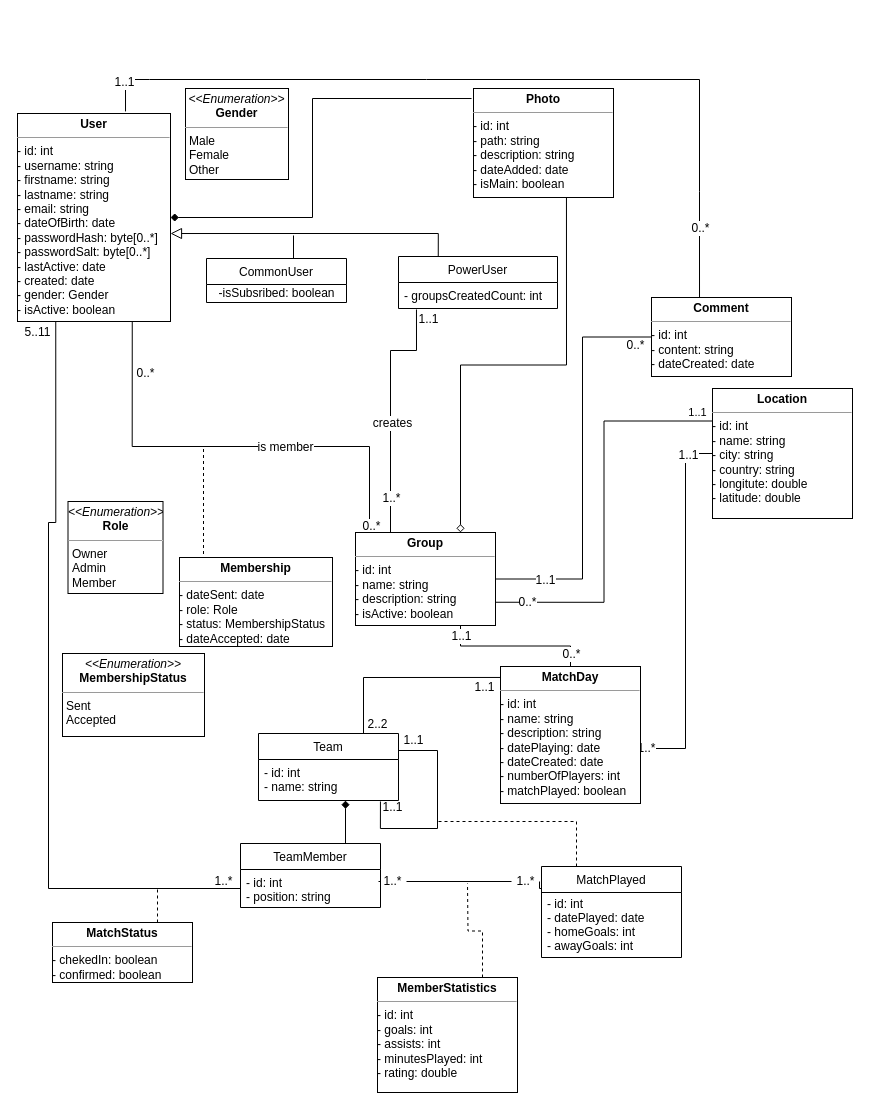
milosnikic/FootballApp keeps this draw.io diagram as FootballAppModel.drawio. Above is the earlier version. Source tidied: cells renumbered, new cells numbered last; positions are measured from the earlier drawing's top-left corner, leaving out a move shared by most shapes. Both pictures are drawn from the tidied source at 100%, with x=0, y=0 at pixel (17, 79).
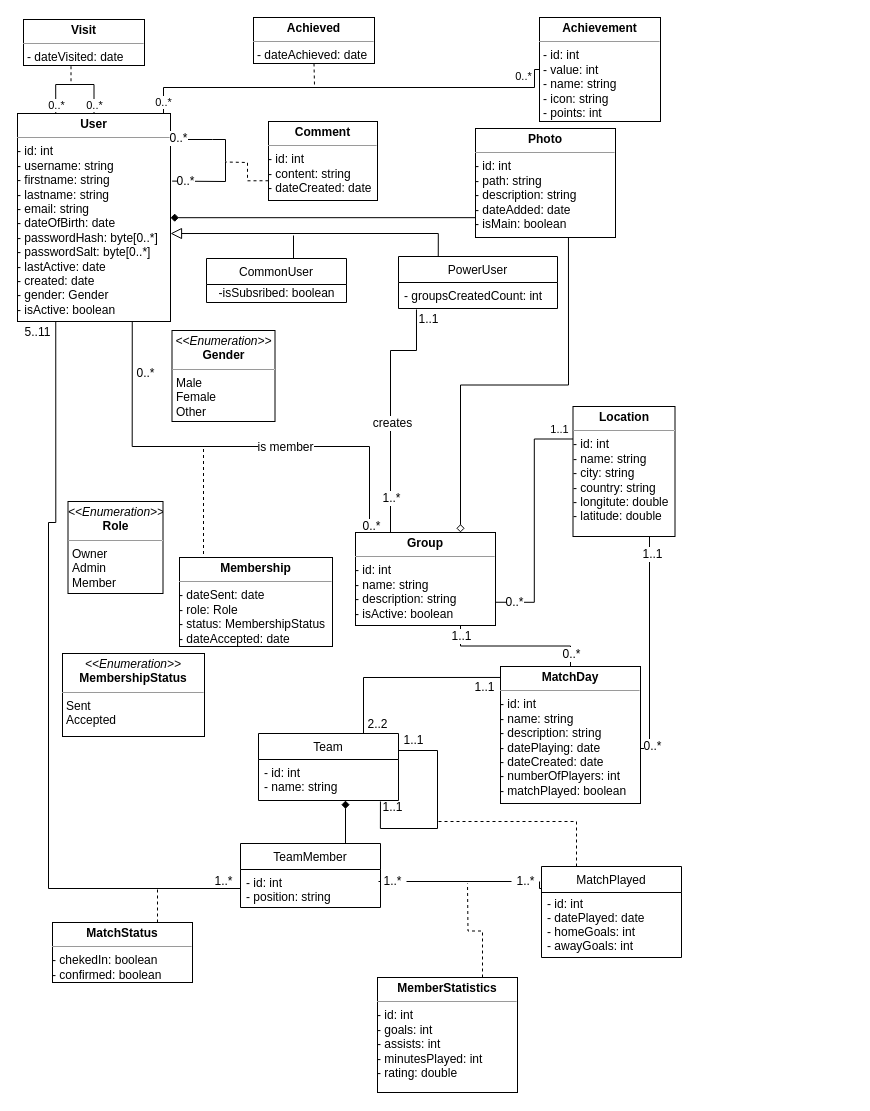
Above is the later version.

The change refers to these unchanged cells:
```xml
<mxCell id="12" value="&lt;p style=&quot;margin: 0px ; margin-top: 4px ; text-align: center&quot;&gt;&lt;b&gt;User&lt;/b&gt;&lt;/p&gt;&lt;hr size=&quot;1&quot;&gt;&lt;div style=&quot;height: 2px&quot;&gt;- id: int&lt;br&gt;- username: string&lt;br&gt;- firstname: string&lt;br&gt;- lastname: string&lt;br&gt;- email: string&lt;br&gt;- dateOfBirth: date&lt;br&gt;- passwordHash: byte[0..*]&lt;br&gt;- passwordSalt: byte[0..*]&lt;br&gt;- lastActive: date&lt;br&gt;- created: date&lt;br&gt;- gender: Gender&lt;br&gt;- isActive: boolean&lt;/div&gt;" style="verticalAlign=top;align=left;overflow=fill;fontSize=12;fontFamily=Helvetica;html=1;" parent="1" vertex="1">
  <mxGeometry y="34" width="153" height="208" as="geometry" />
</mxCell>
<mxCell id="19" style="edgeStyle=orthogonalEdgeStyle;rounded=0;jettySize=auto;html=1;exitX=1;exitY=0.75;exitDx=0;exitDy=0;entryX=0;entryY=0.25;entryDx=0;entryDy=0;startArrow=none;startFill=0;endArrow=none;endFill=0;" parent="1" edge="1" source="26" target="31">
  <mxGeometry relative="1" as="geometry" />
</mxCell>
<mxCell id="26" value="&lt;p style=&quot;margin: 0px ; margin-top: 4px ; text-align: center&quot;&gt;&lt;b&gt;Group&lt;/b&gt;&lt;/p&gt;&lt;hr size=&quot;1&quot;&gt;&lt;div style=&quot;height: 2px&quot;&gt;- id: int&lt;br&gt;- name: string&lt;br&gt;- description: string&lt;br&gt;- isActive: boolean&lt;/div&gt;" style="verticalAlign=top;align=left;overflow=fill;fontSize=12;fontFamily=Helvetica;html=1;" parent="1" vertex="1">
  <mxGeometry x="338" y="453" width="140" height="93" as="geometry" />
</mxCell>
<mxCell id="35" value="&lt;p style=&quot;margin: 0px ; margin-top: 4px ; text-align: center&quot;&gt;&lt;b&gt;MatchDay&lt;/b&gt;&lt;/p&gt;&lt;hr size=&quot;1&quot;&gt;&lt;div style=&quot;height: 2px&quot;&gt;- id: int&lt;br&gt;- name: string&lt;br&gt;- description: string&lt;br&gt;- datePlaying: date&lt;br&gt;- dateCreated: date&lt;br&gt;- numberOfPlayers: int&lt;br&gt;- matchPlayed: boolean&lt;/div&gt;" style="verticalAlign=top;align=left;overflow=fill;fontSize=12;fontFamily=Helvetica;html=1;" parent="1" vertex="1">
  <mxGeometry x="483" y="587" width="140" height="137" as="geometry" />
</mxCell>
```

Diff of the diagram source:
```diff
@@
-    <mxCell id="2" style="edgeStyle=orthogonalEdgeStyle;rounded=0;jettySize=auto;html=1;exitX=1;exitY=0.5;exitDx=0;exitDy=0;entryX=-0.014;entryY=0.092;entryDx=0;entryDy=0;endArrow=none;endFill=0;startArrow=diamond;startFill=1;entryPerimeter=0;" parent="1" edge="1" source="12" target="13">
+    <mxCell id="2" style="edgeStyle=orthogonalEdgeStyle;rounded=0;jettySize=auto;html=1;exitX=1;exitY=0.5;exitDx=0;exitDy=0;entryX=0;entryY=0.818;entryDx=0;entryDy=0;endArrow=none;endFill=0;startArrow=diamond;startFill=1;entryPerimeter=0;" parent="1" edge="1" source="12" target="13">
       <mxGeometry relative="1" as="geometry">
         <Array as="points">
-          <mxPoint x="295" y="138" />
-          <mxPoint x="295" y="19" />
+          <mxPoint x="458" y="138" />
         </Array>
       </mxGeometry>
     </mxCell>
@@
+    <mxCell id="70" style="edgeStyle=orthogonalEdgeStyle;rounded=0;orthogonalLoop=1;jettySize=auto;html=1;exitX=0.25;exitY=0;exitDx=0;exitDy=0;entryX=0.5;entryY=0;entryDx=0;entryDy=0;endArrow=none;endFill=0;" parent="1" edge="1" source="12" target="12">
+      <mxGeometry relative="1" as="geometry">
+        <Array as="points">
+          <mxPoint x="38" y="5" />
+          <mxPoint x="77" y="5" />
+        </Array>
+      </mxGeometry>
+    </mxCell>
+    <mxCell id="71" value="0..*" style="edgeLabel;html=1;align=center;verticalAlign=middle;" parent="70" vertex="1">
+      <mxGeometry x="-0.82" relative="1" as="geometry" />
+    </mxCell>
+    <mxCell id="72" value="0..*" style="edgeLabel;html=1;align=center;verticalAlign=middle;" parent="70" vertex="1">
+      <mxGeometry x="0.82" relative="1" as="geometry" />
+    </mxCell>
+    <mxCell id="73" style="edgeStyle=orthogonalEdgeStyle;rounded=0;jettySize=auto;html=1;exitX=1;exitY=0;exitDx=0;exitDy=0;entryX=0;entryY=0.5;entryDx=0;entryDy=0;endArrow=none;endFill=0;" parent="1" edge="1" source="12" target="79">
+      <mxGeometry relative="1" as="geometry">
+        <Array as="points">
+          <mxPoint x="146" y="34" />
+          <mxPoint x="146" y="8" />
+          <mxPoint x="517" y="8" />
+        </Array>
+      </mxGeometry>
+    </mxCell>
+    <mxCell id="74" value="0..*" style="edgeLabel;html=1;align=center;verticalAlign=middle;" parent="73" vertex="1">
+      <mxGeometry x="0.95" relative="1" as="geometry">
+        <mxPoint x="-12" as="offset" />
+      </mxGeometry>
+    </mxCell>
+    <mxCell id="75" value="0..*" style="edgeLabel;html=1;align=center;verticalAlign=middle;" parent="73" vertex="1">
+      <mxGeometry x="-0.91" y="1" relative="1" as="geometry" />
+    </mxCell>
@@
     <mxCell id="13" value="&lt;p style=&quot;margin: 0px ; margin-top: 4px ; text-align: center&quot;&gt;&lt;b&gt;Photo&lt;/b&gt;&lt;/p&gt;&lt;hr size=&quot;1&quot;&gt;&lt;div style=&quot;height: 2px&quot;&gt;- id: int&lt;br&gt;- path: string&lt;br&gt;- description: string&lt;br&gt;- dateAdded: date&lt;br&gt;- isMain: boolean&lt;/div&gt;" style="verticalAlign=top;align=left;overflow=fill;fontSize=12;fontFamily=Helvetica;html=1;" parent="1" vertex="1">
-      <mxGeometry x="456" y="9" width="140" height="109" as="geometry" />
+      <mxGeometry x="458" y="49" width="140" height="109" as="geometry" />
     </mxCell>
@@
     <mxCell id="17" value="&lt;p style=&quot;margin: 0px ; margin-top: 4px ; text-align: center&quot;&gt;&lt;i&gt;&amp;lt;&amp;lt;Enumeration&amp;gt;&amp;gt;&lt;/i&gt;&lt;br&gt;&lt;b&gt;Gender&lt;/b&gt;&lt;/p&gt;&lt;hr size=&quot;1&quot;&gt;&lt;p style=&quot;margin: 0px ; margin-left: 4px&quot;&gt;Male&lt;br&gt;Female&lt;/p&gt;&lt;p style=&quot;margin: 0px ; margin-left: 4px&quot;&gt;Other&lt;/p&gt;" style="verticalAlign=top;align=left;overflow=fill;fontSize=12;fontFamily=Helvetica;html=1;" parent="1" vertex="1">
-      <mxGeometry x="168" y="9" width="103" height="91" as="geometry" />
+      <mxGeometry x="154.5" y="251" width="103" height="91" as="geometry" />
     </mxCell>
@@
     <mxCell id="21" value="1..1" style="edgeLabel;html=1;align=center;verticalAlign=middle;" parent="19" vertex="1">
       <mxGeometry x="0.93" y="4" relative="1" as="geometry">
-        <mxPoint x="-0.7" y="-5.5" as="offset" />
+        <mxPoint x="-5.1" y="-6.5" as="offset" />
       </mxGeometry>
     </mxCell>
@@
-    <mxCell id="27" style="edgeStyle=orthogonalEdgeStyle;rounded=0;jettySize=auto;html=1;exitX=0;exitY=0.5;exitDx=0;exitDy=0;entryX=1;entryY=0.5;entryDx=0;entryDy=0;startArrow=none;startFill=0;endArrow=none;endFill=0;endSize=6;" parent="1" edge="1" source="30" target="26">
-      <mxGeometry relative="1" as="geometry">
-        <Array as="points">
-          <mxPoint x="565" y="258" />
-          <mxPoint x="565" y="500" />
-        </Array>
-      </mxGeometry>
-    </mxCell>
-    <mxCell id="28" value="0..*&lt;br&gt;" style="text;html=1;align=center;verticalAlign=middle;labelBackgroundColor=#ffffff;" parent="27" vertex="1">
-      <mxGeometry y="48" relative="1" as="geometry">
-        <mxPoint x="4" y="-122.5" as="offset" />
-      </mxGeometry>
-    </mxCell>
-    <mxCell id="29" value="1..1" style="text;html=1;align=center;verticalAlign=middle;labelBackgroundColor=#ffffff;" parent="27" vertex="1">
-      <mxGeometry x="0.72" y="2" relative="1" as="geometry">
-        <mxPoint x="-7" y="-1.5" as="offset" />
-      </mxGeometry>
-    </mxCell>
+    <mxCell id="76" style="edgeStyle=orthogonalEdgeStyle;rounded=0;jettySize=auto;html=1;exitX=0;exitY=0.75;exitDx=0;exitDy=0;dashed=1;endArrow=none;endFill=0;" parent="1" edge="1" source="30">
+      <mxGeometry relative="1" as="geometry">
+        <mxPoint x="208" y="82.5" as="targetPoint" />
+      </mxGeometry>
+    </mxCell>
     <mxCell id="30" value="&lt;p style=&quot;margin: 0px ; margin-top: 4px ; text-align: center&quot;&gt;&lt;b&gt;Comment&lt;/b&gt;&lt;/p&gt;&lt;hr size=&quot;1&quot;&gt;&lt;div style=&quot;height: 2px&quot;&gt;- id: int&lt;br&gt;- content: string&lt;br&gt;- dateCreated: date&lt;br&gt;&lt;/div&gt;" style="verticalAlign=top;align=left;overflow=fill;fontSize=12;fontFamily=Helvetica;html=1;" parent="1" vertex="1">
-      <mxGeometry x="634" y="218" width="140" height="79" as="geometry" />
+      <mxGeometry x="251" y="42" width="109" height="79" as="geometry" />
     </mxCell>
     <mxCell id="31" value="&lt;p style=&quot;margin: 0px ; margin-top: 4px ; text-align: center&quot;&gt;&lt;b&gt;Location&lt;/b&gt;&lt;/p&gt;&lt;hr size=&quot;1&quot;&gt;&lt;div style=&quot;height: 2px&quot;&gt;- id: int&lt;br&gt;- name: string&lt;br&gt;- city: string&lt;br&gt;- country: string&lt;br&gt;- longitute: double&lt;br&gt;- latitude: double&lt;/div&gt;" style="verticalAlign=top;align=left;overflow=fill;fontSize=12;fontFamily=Helvetica;html=1;" parent="1" vertex="1">
-      <mxGeometry x="695" y="309" width="140" height="130" as="geometry" />
+      <mxGeometry x="555.5" y="327" width="102" height="130" as="geometry" />
     </mxCell>
-    <mxCell id="32" style="edgeStyle=orthogonalEdgeStyle;rounded=0;jettySize=auto;html=1;exitX=1;exitY=0.5;exitDx=0;exitDy=0;entryX=0;entryY=0.5;entryDx=0;entryDy=0;startArrow=none;startFill=0;endArrow=none;endFill=0;endSize=6;" parent="1" edge="1" source="35" target="31">
+    <mxCell id="32" style="edgeStyle=orthogonalEdgeStyle;rounded=0;jettySize=auto;html=1;exitX=1;exitY=0.5;exitDx=0;exitDy=0;entryX=0.75;entryY=1;entryDx=0;entryDy=0;startArrow=none;startFill=0;endArrow=none;endFill=0;endSize=6;" parent="1" edge="1" source="35" target="31">
       <mxGeometry relative="1" as="geometry">
         <Array as="points">
-          <mxPoint x="668" y="669" />
-          <mxPoint x="668" y="374" />
+          <mxPoint x="623" y="669" />
+          <mxPoint x="632" y="669" />
         </Array>
       </mxGeometry>
     </mxCell>
@@
-    <mxCell id="34" value="1..*" style="text;html=1;align=center;verticalAlign=middle;labelBackgroundColor=#ffffff;" parent="32" vertex="1">
-      <mxGeometry x="-0.9" y="1" relative="1" as="geometry" />
+    <mxCell id="34" value="0..*" style="text;html=1;align=center;verticalAlign=middle;labelBackgroundColor=#ffffff;" parent="32" vertex="1">
+      <mxGeometry x="-0.9" y="1" relative="1" as="geometry">
+        <mxPoint x="10" y="-0.8" as="offset" />
+      </mxGeometry>
     </mxCell>
@@
-    <mxCell id="40" style="endArrow=none;endFill=0;endSize=6;html=1;entryX=0.343;entryY=0;entryDx=0;entryDy=0;rounded=0;exitX=0.706;exitY=-0.01;exitDx=0;exitDy=0;exitPerimeter=0;entryPerimeter=0;" parent="1" edge="1" source="12" target="30">
+    <mxCell id="40" style="endArrow=none;endFill=0;endSize=6;html=1;entryX=1.011;entryY=0.325;entryDx=0;entryDy=0;rounded=0;exitX=1;exitY=0.125;exitDx=0;exitDy=0;exitPerimeter=0;entryPerimeter=0;" parent="1" edge="1" source="12" target="12">
       <mxGeometry relative="1" as="geometry">
         <Array as="points">
-          <mxPoint x="108" />
-          <mxPoint x="132" />
-          <mxPoint x="409" />
-          <mxPoint x="682" />
-          <mxPoint x="682" y="112" />
+          <mxPoint x="195" y="60" />
+          <mxPoint x="208" y="60" />
+          <mxPoint x="208" y="82" />
+          <mxPoint x="208" y="102" />
         </Array>
       </mxGeometry>
     </mxCell>
@@
-    <mxCell id="42" value="1..1" style="text;html=1;align=center;verticalAlign=middle;labelBackgroundColor=#ffffff;" parent="40" vertex="1">
-      <mxGeometry x="-0.93" y="2" relative="1" as="geometry" />
+    <mxCell id="42" value="0..*" style="text;html=1;align=center;verticalAlign=middle;labelBackgroundColor=#ffffff;" parent="40" vertex="1">
+      <mxGeometry x="-0.93" y="2" relative="1" as="geometry">
+        <mxPoint x="2.6" as="offset" />
+      </mxGeometry>
     </mxCell>
@@
+    <mxCell id="77" style="edgeStyle=orthogonalEdgeStyle;rounded=0;jettySize=auto;html=1;exitX=0.25;exitY=1;exitDx=0;exitDy=0;endArrow=none;endFill=0;dashed=1;" parent="1" edge="1" source="78">
+      <mxGeometry relative="1" as="geometry">
+        <mxPoint x="53.5" y="4.3" as="targetPoint" />
+      </mxGeometry>
+    </mxCell>
+    <mxCell id="78" value="&lt;p style=&quot;margin: 0px ; margin-top: 4px ; text-align: center&quot;&gt;&lt;b&gt;Visit&lt;/b&gt;&lt;/p&gt;&lt;hr size=&quot;1&quot;&gt;&lt;p style=&quot;margin: 0px ; margin-left: 4px&quot;&gt;- dateVisited: date&lt;/p&gt;&lt;p style=&quot;margin: 0px ; margin-left: 4px&quot;&gt;&lt;br&gt;&lt;/p&gt;" style="verticalAlign=top;align=left;overflow=fill;fontSize=12;fontFamily=Helvetica;html=1;" parent="1" vertex="1">
+      <mxGeometry x="6" y="-60" width="121" height="46" as="geometry" />
+    </mxCell>
+    <mxCell id="79" value="&lt;p style=&quot;margin: 0px ; margin-top: 4px ; text-align: center&quot;&gt;&lt;b&gt;Achievement&lt;/b&gt;&lt;/p&gt;&lt;hr size=&quot;1&quot;&gt;&lt;p style=&quot;margin: 0px ; margin-left: 4px&quot;&gt;- id: int&lt;/p&gt;&lt;p style=&quot;margin: 0px ; margin-left: 4px&quot;&gt;- value: int&lt;br&gt;- name: string&lt;br&gt;- icon: string&lt;/p&gt;&lt;p style=&quot;margin: 0px ; margin-left: 4px&quot;&gt;- points: int&lt;/p&gt;&lt;p style=&quot;margin: 0px ; margin-left: 4px&quot;&gt;&lt;br&gt;&lt;/p&gt;" style="verticalAlign=top;align=left;overflow=fill;fontSize=12;fontFamily=Helvetica;html=1;" parent="1" vertex="1">
+      <mxGeometry x="522" y="-62" width="121" height="104" as="geometry" />
+    </mxCell>
+    <mxCell id="80" style="edgeStyle=orthogonalEdgeStyle;rounded=0;jettySize=auto;html=1;exitX=0.5;exitY=1;exitDx=0;exitDy=0;endArrow=none;endFill=0;dashed=1;" parent="1" edge="1" source="81">
+      <mxGeometry relative="1" as="geometry">
+        <mxPoint x="297" y="6" as="targetPoint" />
+      </mxGeometry>
+    </mxCell>
+    <mxCell id="81" value="&lt;p style=&quot;margin: 0px ; margin-top: 4px ; text-align: center&quot;&gt;&lt;b&gt;Achieved&lt;/b&gt;&lt;/p&gt;&lt;hr size=&quot;1&quot;&gt;&lt;p style=&quot;margin: 0px ; margin-left: 4px&quot;&gt;- dateAchieved: date&lt;/p&gt;&lt;p style=&quot;margin: 0px ; margin-left: 4px&quot;&gt;&lt;br&gt;&lt;/p&gt;" style="verticalAlign=top;align=left;overflow=fill;fontSize=12;fontFamily=Helvetica;html=1;" parent="1" vertex="1">
+      <mxGeometry x="236" y="-62" width="121" height="46" as="geometry" />
+    </mxCell>
```
